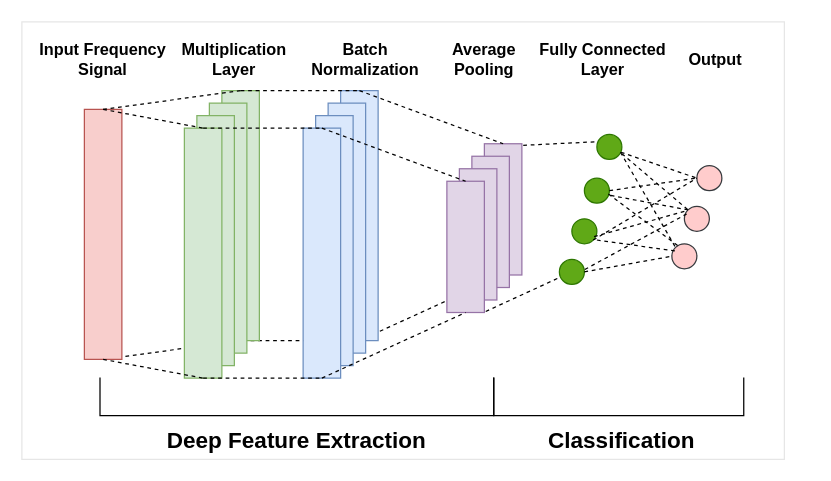
1009351456/Anonymous keeps this draw.io diagram as FMN.drawio. Above is the earlier version. Source tidied: cells renumbered, new cells numbered last; positions are measured from the earlier drawing's top-left corner, leaving out a move shared by most shapes. Both pictures are drawn from the tidied source at 125%, with x=0, y=0 at pixel (21, 21).
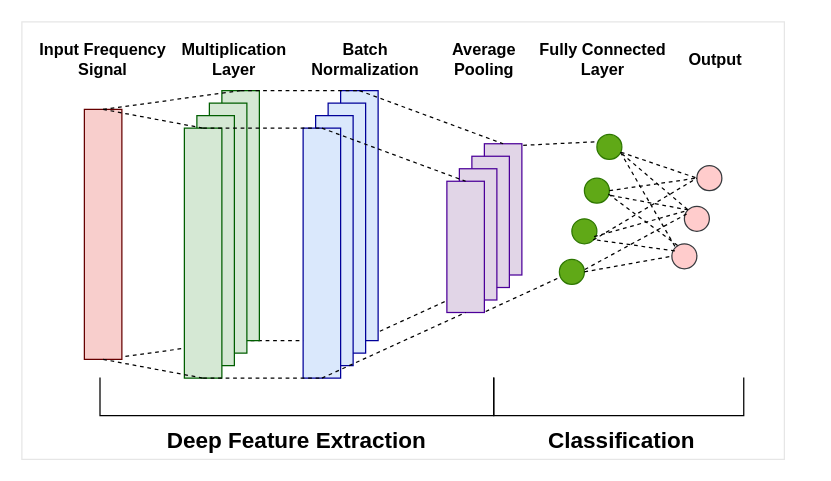
The same page after the edit.

What changed in the source:
```diff
@@
-    <mxCell id="6" style="rounded=0;whiteSpace=wrap;html=1;fillColor=#f8cecc;strokeColor=#b85450;" parent="1" vertex="1">
+    <mxCell id="6" style="rounded=0;whiteSpace=wrap;html=1;fillColor=#f8cecc;strokeColor=#660000;" parent="1" vertex="1">
       <mxGeometry x="50" y="70" width="30" height="200" as="geometry" />
     </mxCell>
@@
-    <mxCell id="8" style="rounded=0;whiteSpace=wrap;html=1;fillColor=#d5e8d4;strokeColor=#82b366;" parent="1" vertex="1">
+    <mxCell id="8" style="rounded=0;whiteSpace=wrap;html=1;fillColor=#d5e8d4;strokeColor=#005E00;" parent="1" vertex="1">
       <mxGeometry x="160" y="55" width="30" height="200" as="geometry" />
     </mxCell>
-    <mxCell id="9" style="rounded=0;whiteSpace=wrap;html=1;fillColor=#d5e8d4;strokeColor=#82b366;" parent="1" vertex="1">
+    <mxCell id="9" style="rounded=0;whiteSpace=wrap;html=1;fillColor=#d5e8d4;strokeColor=#005E00;" parent="1" vertex="1">
       <mxGeometry x="150" y="65" width="30" height="200" as="geometry" />
     </mxCell>
-    <mxCell id="10" style="rounded=0;whiteSpace=wrap;html=1;fillColor=#d5e8d4;strokeColor=#82b366;" parent="1" vertex="1">
+    <mxCell id="10" style="rounded=0;whiteSpace=wrap;html=1;fillColor=#d5e8d4;strokeColor=#005E00;" parent="1" vertex="1">
       <mxGeometry x="140" y="75" width="30" height="200" as="geometry" />
     </mxCell>
-    <mxCell id="11" style="rounded=0;whiteSpace=wrap;html=1;fillColor=#d5e8d4;strokeColor=#82b366;" parent="1" vertex="1">
+    <mxCell id="11" style="rounded=0;whiteSpace=wrap;html=1;fillColor=#d5e8d4;strokeColor=#005E00;" parent="1" vertex="1">
       <mxGeometry x="130" y="85" width="30" height="200" as="geometry" />
     </mxCell>
@@
-    <mxCell id="15" style="rounded=0;whiteSpace=wrap;html=1;fillColor=#e1d5e7;strokeColor=#9673a6;" parent="1" vertex="1">
+    <mxCell id="15" style="rounded=0;whiteSpace=wrap;html=1;fillColor=#e1d5e7;strokeColor=#4C0099;" parent="1" vertex="1">
       <mxGeometry x="370" y="97.5" width="30" height="105" as="geometry" />
     </mxCell>
-    <mxCell id="16" style="rounded=0;whiteSpace=wrap;html=1;fillColor=#e1d5e7;strokeColor=#9673a6;" parent="1" vertex="1">
+    <mxCell id="16" style="rounded=0;whiteSpace=wrap;html=1;fillColor=#e1d5e7;strokeColor=#4C0099;" parent="1" vertex="1">
       <mxGeometry x="360" y="107.5" width="30" height="105" as="geometry" />
     </mxCell>
-    <mxCell id="17" style="rounded=0;whiteSpace=wrap;html=1;fillColor=#e1d5e7;strokeColor=#9673a6;" parent="1" vertex="1">
+    <mxCell id="17" style="rounded=0;whiteSpace=wrap;html=1;fillColor=#e1d5e7;strokeColor=#4C0099;" parent="1" vertex="1">
       <mxGeometry x="350" y="117.5" width="30" height="105" as="geometry" />
     </mxCell>
-    <mxCell id="18" style="rounded=0;whiteSpace=wrap;html=1;fillColor=#e1d5e7;strokeColor=#9673a6;" parent="1" vertex="1">
+    <mxCell id="18" style="rounded=0;whiteSpace=wrap;html=1;fillColor=#e1d5e7;strokeColor=#4C0099;" parent="1" vertex="1">
       <mxGeometry x="340" y="127.5" width="30" height="105" as="geometry" />
     </mxCell>
-    <mxCell id="19" style="rounded=0;whiteSpace=wrap;html=1;fillColor=#dae8fc;strokeColor=#6c8ebf;" parent="1" vertex="1">
+    <mxCell id="19" style="rounded=0;whiteSpace=wrap;html=1;fillColor=#dae8fc;strokeColor=#000099;" parent="1" vertex="1">
       <mxGeometry x="255" y="55" width="30" height="200" as="geometry" />
     </mxCell>
@@
-    <mxCell id="22" style="rounded=0;whiteSpace=wrap;html=1;fillColor=#dae8fc;strokeColor=#6c8ebf;" parent="1" vertex="1">
+    <mxCell id="22" style="rounded=0;whiteSpace=wrap;html=1;fillColor=#dae8fc;strokeColor=#000099;" parent="1" vertex="1">
       <mxGeometry x="245" y="65" width="30" height="200" as="geometry" />
     </mxCell>
-    <mxCell id="23" style="rounded=0;whiteSpace=wrap;html=1;fillColor=#dae8fc;strokeColor=#6c8ebf;" parent="1" vertex="1">
+    <mxCell id="23" style="rounded=0;whiteSpace=wrap;html=1;fillColor=#dae8fc;strokeColor=#000099;" parent="1" vertex="1">
       <mxGeometry x="235" y="75" width="30" height="200" as="geometry" />
     </mxCell>
-    <mxCell id="24" style="rounded=0;whiteSpace=wrap;html=1;fillColor=#dae8fc;strokeColor=#6c8ebf;" parent="1" vertex="1">
+    <mxCell id="24" style="rounded=0;whiteSpace=wrap;html=1;fillColor=#dae8fc;strokeColor=#000099;" parent="1" vertex="1">
       <mxGeometry x="225" y="85" width="30" height="200" as="geometry" />
     </mxCell>
```
